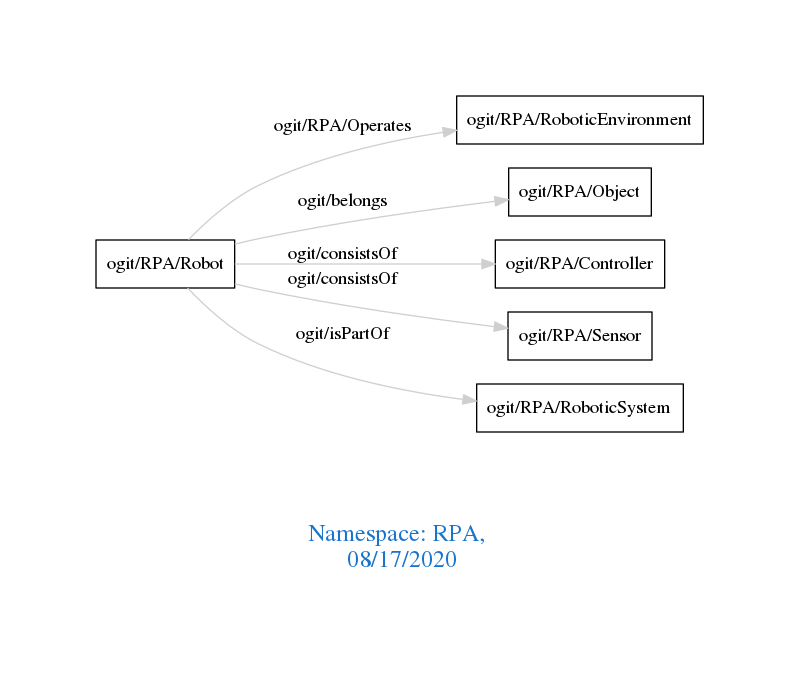
Earlier version of the Graphviz export downloads/RPA.png (arago/OGIT). Its source is kept beside it as downloads/RPA.dot.
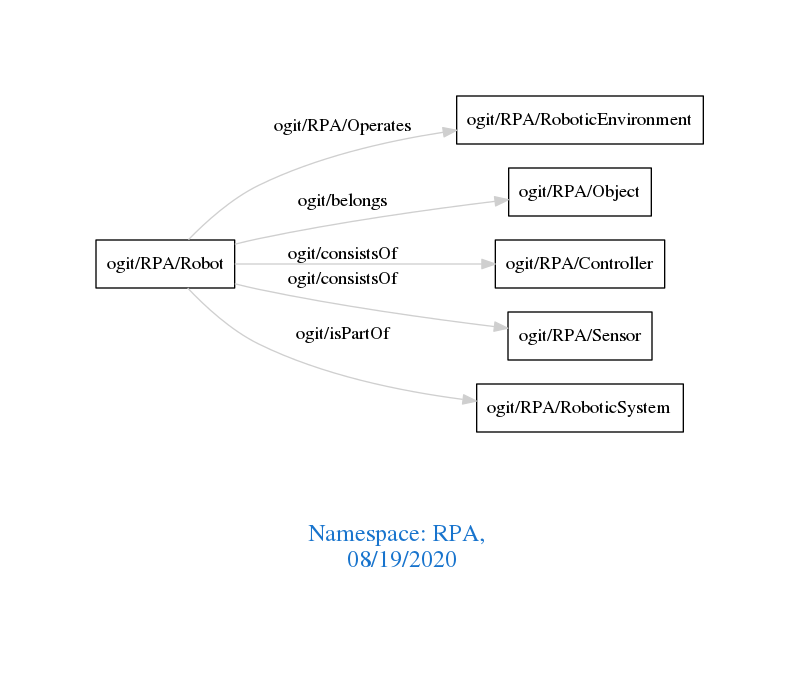
Later version of the same file.

Diff of the diagram source:
```diff
@@ -1,7 +1,7 @@
 digraph OGIT_ontology {
  graph [ rankdir= LR,pad=1
 fontsize = 18,
-fontcolor= dodgerblue3,label = "\n\n\nNamespace: RPA, \n 08/17/2020"];
+fontcolor= dodgerblue3,label = "\n\n\nNamespace: RPA, \n 08/19/2020"];
 node[shape=polygon];
 edge [  color="gray81"];
 
```
